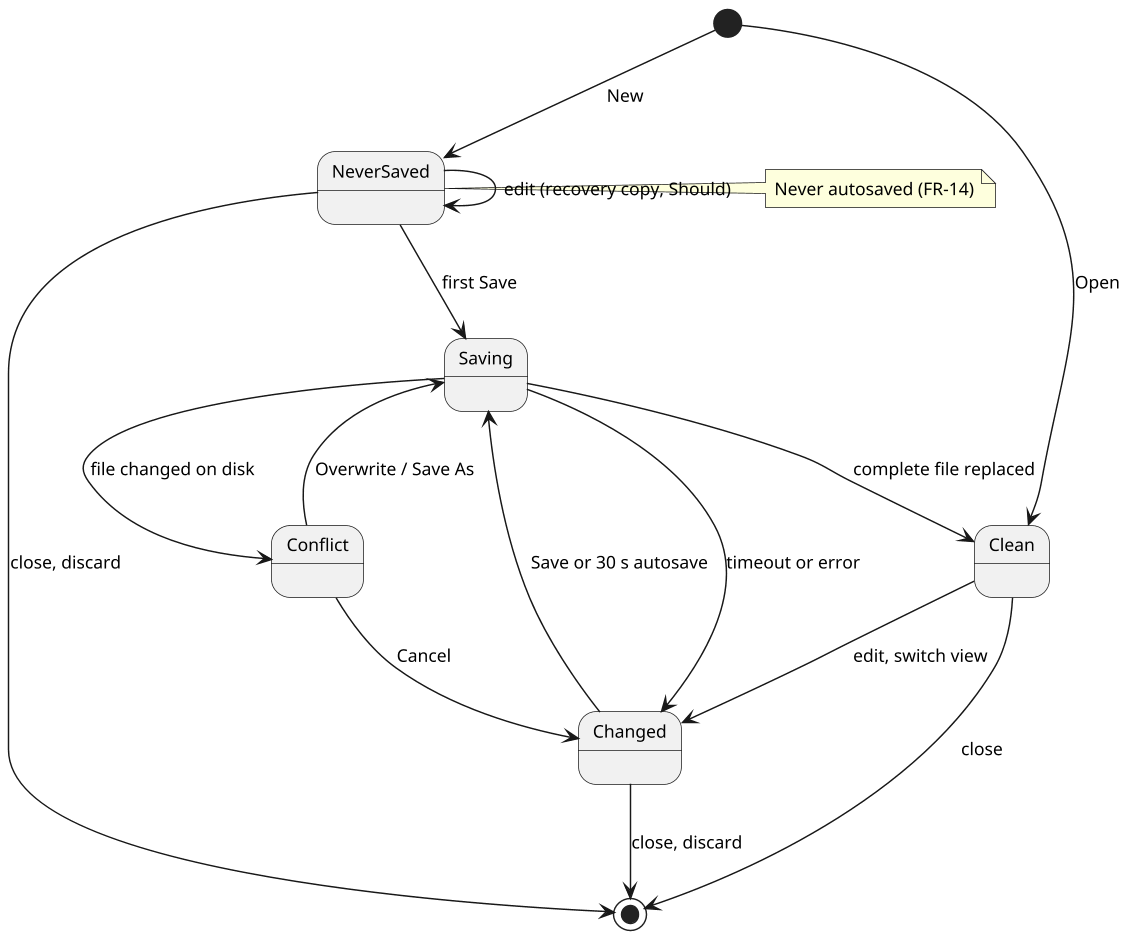
Earlier version of the PlantUML export docs/images/07-state-document.png (fillicianoplong/obelisk).
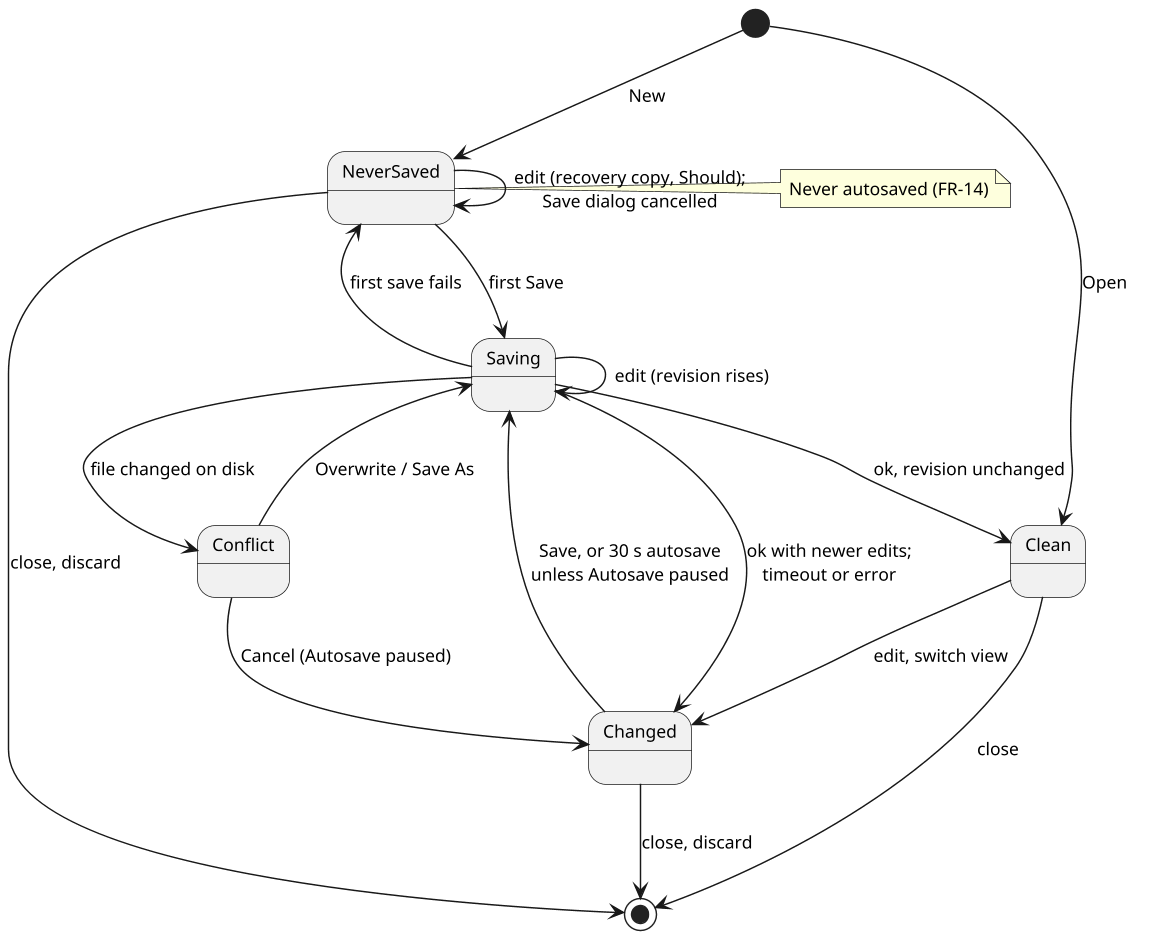
The same file after the commit.

Change to the diagram source:
```diff
@@ -5,15 +5,17 @@
 skinparam dpi 140
 [*] --> NeverSaved : New
 [*] --> Clean : Open
-NeverSaved --> NeverSaved : edit (recovery copy, Should)
+NeverSaved --> NeverSaved : edit (recovery copy, Should);\nSave dialog cancelled
 NeverSaved --> Saving : first Save
 Clean --> Changed : edit, switch view
-Changed --> Saving : Save or 30 s autosave
-Saving --> Clean : complete file replaced
-Saving --> Changed : timeout or error
+Changed --> Saving : Save, or 30 s autosave\nunless Autosave paused
+Saving --> Saving : edit (revision rises)
+Saving --> Clean : ok, revision unchanged
+Saving --> Changed : ok with newer edits;\ntimeout or error
+Saving --> NeverSaved : first save fails
 Saving --> Conflict : file changed on disk
 Conflict --> Saving : Overwrite / Save As
-Conflict --> Changed : Cancel
+Conflict --> Changed : Cancel (Autosave paused)
 Changed --> [*] : close, discard
 Clean --> [*] : close
 NeverSaved --> [*] : close, discard
```
